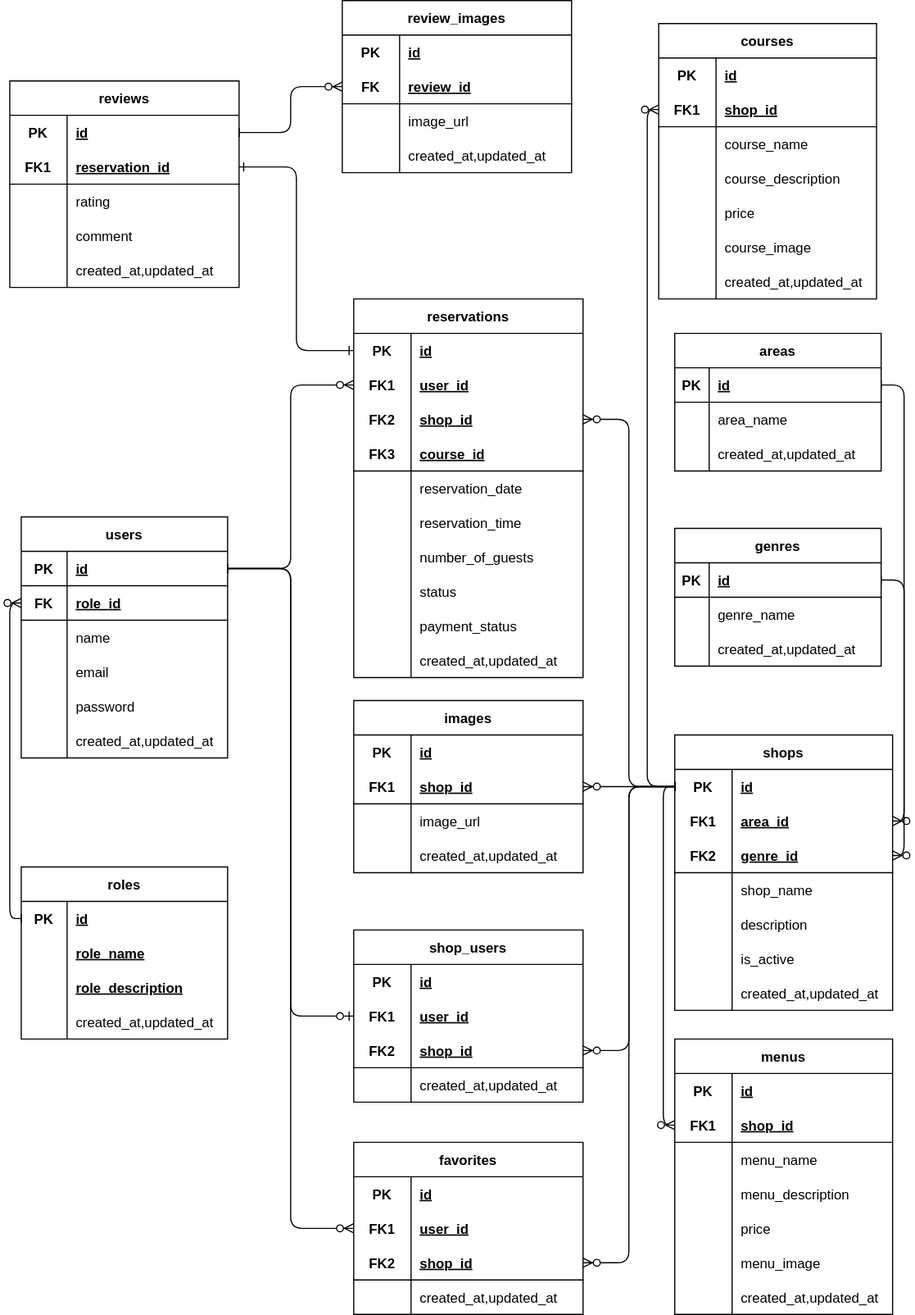
Before: er.drawio.svg, a diagram exported from draw.io (fujico23/rese-system). Source tidied: cells renumbered, new cells last; positions are measured from the earlier drawing's top-left corner, leaving out a move shared by most shapes.
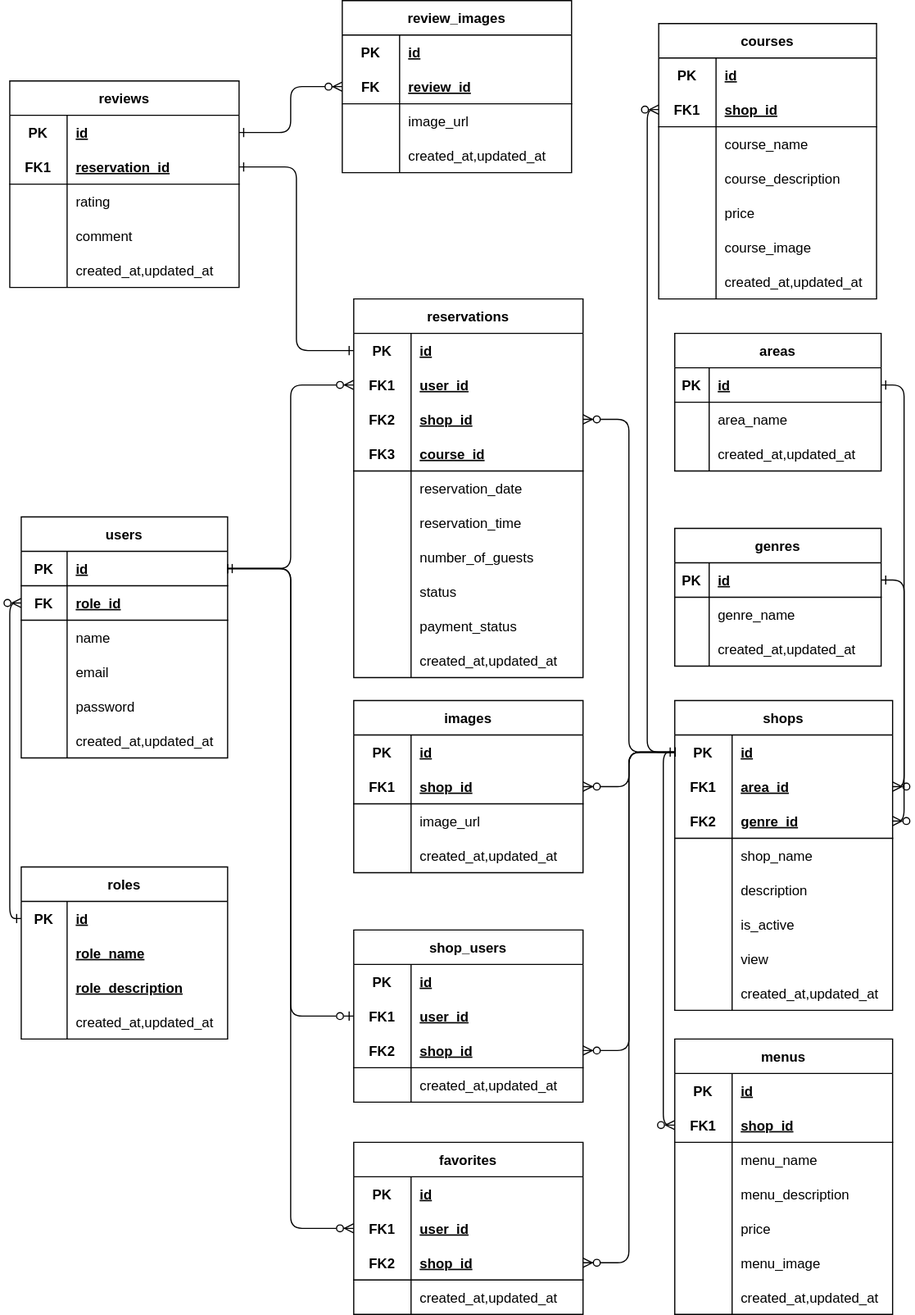
After the commit.

Change to the diagram source:
```diff
@@ -120,7 +120,7 @@
       <mxGeometry x="30" width="150" height="30" as="geometry" />
     </mxCell>
     <mxCell id="41" value="shops" style="shape=table;startSize=30;rowLines=0;fontStyle=1;align=center;rounded=0;" parent="1" vertex="1">
-      <mxGeometry x="580" y="640" width="190" height="240" as="geometry" />
+      <mxGeometry x="580" y="610" width="190" height="270" as="geometry" />
     </mxCell>
     <mxCell id="42" style="shape=tableRow;horizontal=0;startSize=0;swimlaneHead=0;swimlaneBody=0;fillColor=none;points=[[0,0.5],[1,0.5]];portConstraint=eastwest;top=0;left=0;right=0;bottom=0;rounded=0;" parent="41" vertex="1">
       <mxGeometry y="30" width="190" height="30" as="geometry" />
@@ -176,8 +176,17 @@
     <mxCell id="59" value="is_active" style="shape=partialRectangle;fillColor=none;top=0;left=0;bottom=0;right=0;align=left;spacingLeft=6;overflow=hidden;rounded=0;" parent="57" vertex="1">
       <mxGeometry x="50" width="140" height="30" as="geometry" />
     </mxCell>
+    <mxCell id="235" style="shape=tableRow;horizontal=0;startSize=0;swimlaneHead=0;swimlaneBody=0;fillColor=none;top=0;left=0;right=0;bottom=0;rounded=0;" parent="41" vertex="1">
+      <mxGeometry y="210" width="190" height="30" as="geometry" />
+    </mxCell>
+    <mxCell id="236" style="shape=partialRectangle;fillColor=none;top=0;left=0;bottom=0;right=0;overflow=hidden;rounded=0;" parent="235" vertex="1">
+      <mxGeometry width="50" height="30" as="geometry" />
+    </mxCell>
+    <mxCell id="237" value="view" style="shape=partialRectangle;fillColor=none;top=0;left=0;bottom=0;right=0;align=left;spacingLeft=6;overflow=hidden;rounded=0;" parent="235" vertex="1">
+      <mxGeometry x="50" width="140" height="30" as="geometry" />
+    </mxCell>
     <mxCell id="60" style="shape=tableRow;horizontal=0;startSize=0;swimlaneHead=0;swimlaneBody=0;fillColor=none;top=0;left=0;right=0;bottom=0;rounded=0;" parent="41" vertex="1">
-      <mxGeometry y="210" width="190" height="30" as="geometry" />
+      <mxGeometry y="240" width="190" height="30" as="geometry" />
     </mxCell>
     <mxCell id="61" style="shape=partialRectangle;fillColor=none;top=0;left=0;bottom=0;right=0;overflow=hidden;rounded=0;" parent="60" vertex="1">
       <mxGeometry width="50" height="30" as="geometry" />
@@ -671,10 +680,10 @@
     <mxCell id="224" style="fontSize=12;html=1;endArrow=ERzeroToMany;endFill=1;rounded=1;entryX=0;entryY=0.5;entryDx=0;entryDy=0;startArrow=baseDash;startFill=0;edgeStyle=orthogonalEdgeStyle;exitX=1;exitY=0.5;exitDx=0;exitDy=0;" parent="1" edge="1" source="3" target="67">
       <mxGeometry relative="1" as="geometry" />
     </mxCell>
-    <mxCell id="225" style="fontSize=12;html=1;endArrow=ERzeroToMany;endFill=1;rounded=1;entryX=0;entryY=0.5;entryDx=0;entryDy=0;startArrow=baseDash;startFill=0;edgeStyle=orthogonalEdgeStyle;exitX=1;exitY=0.5;exitDx=0;exitDy=0;" parent="1" edge="1" source="3" target="80">
+    <mxCell id="225" style="fontSize=12;html=1;endArrow=ERzeroToMany;endFill=1;rounded=1;entryX=0;entryY=0.5;entryDx=0;entryDy=0;startArrow=ERone;startFill=0;edgeStyle=orthogonalEdgeStyle;exitX=1;exitY=0.5;exitDx=0;exitDy=0;" parent="1" edge="1" source="3" target="80">
       <mxGeometry relative="1" as="geometry" />
     </mxCell>
-    <mxCell id="226" style="fontSize=12;html=1;endArrow=ERzeroToMany;endFill=1;rounded=1;exitX=0;exitY=0.5;exitDx=0;exitDy=0;entryX=0;entryY=0.5;entryDx=0;entryDy=0;startArrow=baseDash;startFill=0;edgeStyle=orthogonalEdgeStyle;" parent="1" edge="1" source="108" target="6">
+    <mxCell id="226" style="fontSize=12;html=1;endArrow=ERzeroToMany;endFill=1;rounded=1;exitX=0;exitY=0.5;exitDx=0;exitDy=0;entryX=0;entryY=0.5;entryDx=0;entryDy=0;startArrow=ERone;startFill=0;edgeStyle=orthogonalEdgeStyle;" parent="1" edge="1" source="108" target="6">
       <mxGeometry relative="1" as="geometry" />
     </mxCell>
     <mxCell id="227" style="fontSize=12;html=1;endArrow=ERzeroToOne;endFill=0;rounded=1;entryX=0;entryY=0.5;entryDx=0;entryDy=0;startArrow=baseDash;startFill=0;edgeStyle=orthogonalEdgeStyle;exitX=1;exitY=0.5;exitDx=0;exitDy=0;" parent="1" edge="1" source="3" target="153">
@@ -683,22 +692,16 @@
     <mxCell id="228" style="fontSize=12;html=1;endArrow=ERone;endFill=0;rounded=1;entryX=1;entryY=0.5;entryDx=0;entryDy=0;startArrow=ERone;startFill=0;edgeStyle=orthogonalEdgeStyle;exitX=0;exitY=0.5;exitDx=0;exitDy=0;" parent="1" edge="1" source="77" target="124">
       <mxGeometry relative="1" as="geometry" />
     </mxCell>
-    <mxCell id="229" style="fontSize=12;html=1;endArrow=ERzeroToMany;endFill=1;rounded=1;entryX=0;entryY=0.5;entryDx=0;entryDy=0;startArrow=baseDash;startFill=0;edgeStyle=orthogonalEdgeStyle;exitX=1;exitY=0.5;exitDx=0;exitDy=0;" parent="1" edge="1" source="121" target="210">
+    <mxCell id="229" style="fontSize=12;html=1;endArrow=ERzeroToMany;endFill=1;rounded=1;entryX=0;entryY=0.5;entryDx=0;entryDy=0;startArrow=ERone;startFill=0;edgeStyle=orthogonalEdgeStyle;exitX=1;exitY=0.5;exitDx=0;exitDy=0;" parent="1" edge="1" source="121" target="210">
       <mxGeometry relative="1" as="geometry" />
     </mxCell>
-    <mxCell id="230" style="fontSize=12;html=1;endArrow=ERone;endFill=0;rounded=1;entryX=0;entryY=0.5;entryDx=0;entryDy=0;startArrow=baseDash;startFill=0;edgeStyle=orthogonalEdgeStyle;exitX=1;exitY=0.5;exitDx=0;exitDy=0;" parent="1" edge="1" source="3" target="x">
-      <mxGeometry relative="1" as="geometry" />
-    </mxCell>
-    <mxCell id="231" style="fontSize=12;html=1;endArrow=ERone;endFill=0;rounded=1;startArrow=ERone;startFill=0;edgeStyle=orthogonalEdgeStyle;exitX=1;exitY=0.5;exitDx=0;exitDy=0;" parent="1" edge="1" source="x" target="42">
-      <mxGeometry relative="1" as="geometry" />
-    </mxCell>
-    <mxCell id="232" style="fontSize=12;html=1;endArrow=ERzeroToMany;endFill=1;rounded=1;exitX=0;exitY=0.5;exitDx=0;exitDy=0;entryX=0;entryY=0.5;entryDx=0;entryDy=0;startArrow=baseDash;startFill=0;edgeStyle=orthogonalEdgeStyle;" parent="1" edge="1" source="42" target="166">
+    <mxCell id="232" style="fontSize=12;html=1;endArrow=ERzeroToMany;endFill=1;rounded=1;exitX=0;exitY=0.5;exitDx=0;exitDy=0;entryX=0;entryY=0.5;entryDx=0;entryDy=0;startArrow=ERone;startFill=0;edgeStyle=orthogonalEdgeStyle;" parent="1" edge="1" source="42" target="166">
       <mxGeometry relative="1" as="geometry" />
     </mxCell>
-    <mxCell id="233" style="fontSize=12;html=1;endArrow=ERzeroToMany;endFill=1;rounded=1;exitX=1;exitY=0.5;exitDx=0;exitDy=0;entryX=1;entryY=0.5;entryDx=0;entryDy=0;startArrow=baseDash;startFill=0;edgeStyle=orthogonalEdgeStyle;" parent="1" edge="1" source="22" target="45">
+    <mxCell id="233" style="fontSize=12;html=1;endArrow=ERzeroToMany;endFill=1;rounded=1;exitX=1;exitY=0.5;exitDx=0;exitDy=0;entryX=1;entryY=0.5;entryDx=0;entryDy=0;startArrow=ERone;startFill=0;edgeStyle=orthogonalEdgeStyle;" parent="1" edge="1" source="22" target="45">
       <mxGeometry relative="1" as="geometry" />
     </mxCell>
-    <mxCell id="234" style="fontSize=12;html=1;endArrow=ERzeroToMany;endFill=1;rounded=1;exitX=1;exitY=0.5;exitDx=0;exitDy=0;entryX=1;entryY=0.5;entryDx=0;entryDy=0;startArrow=baseDash;startFill=0;edgeStyle=orthogonalEdgeStyle;" parent="1" edge="1" source="32" target="48">
+    <mxCell id="234" style="fontSize=12;html=1;endArrow=ERzeroToMany;endFill=1;rounded=1;exitX=1;exitY=0.5;exitDx=0;exitDy=0;entryX=1;entryY=0.5;entryDx=0;entryDy=0;startArrow=ERone;startFill=0;edgeStyle=orthogonalEdgeStyle;" parent="1" edge="1" source="32" target="48">
       <mxGeometry relative="1" as="geometry" />
     </mxCell>
   </root>
```
